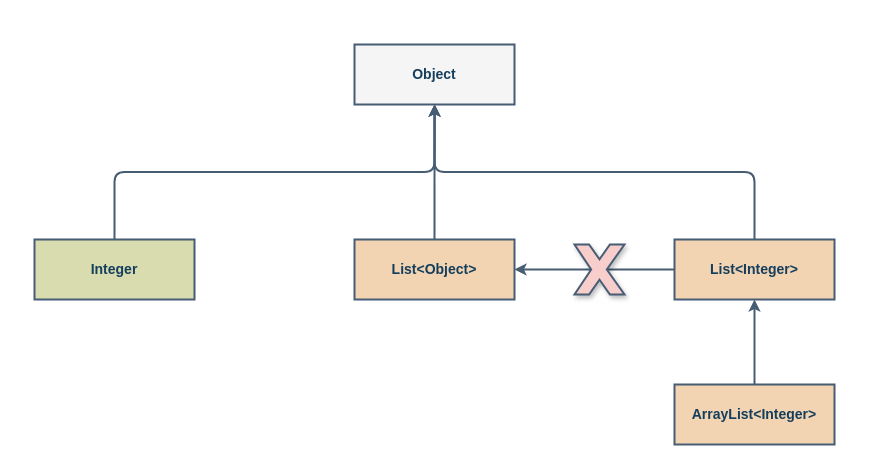
Earlier version of the draw.io diagram page "泛型继承" (2 of 3) of assets/Java/JavaCore/Java基础.drawio (dunwu/waterdrop). Source tidied: cells renumbered, new cells numbered last; positions are measured from the earlier drawing's top-left corner, leaving out a move shared by most shapes. Both pictures are drawn from the tidied source at 100%, with x=0, y=0 at pixel (34, 44).
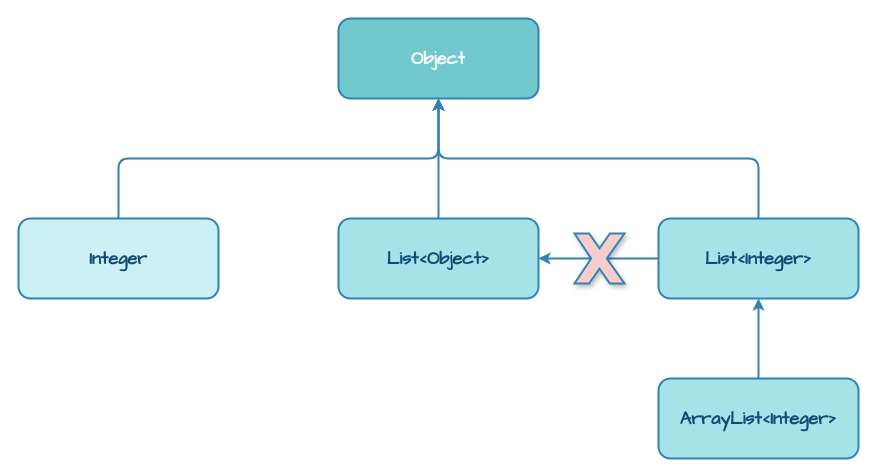
The same diagram, later.

Change to the diagram source:
```diff
@@
 <mxGraphModel>
   <root>
     <mxCell id="0" />
     <mxCell id="1" parent="0" />
-    <mxCell id="2" value="Object" style="rounded=0;whiteSpace=wrap;html=1;strokeColor=#475D74;align=center;verticalAlign=middle;fontFamily=Helvetica;fontSize=14;fillColor=#f5f5f5;fontColor=#153E5D;fontStyle=1;strokeWidth=2;" parent="1" vertex="1">
-      <mxGeometry x="320" width="160" height="60" as="geometry" />
+    <mxCell id="2" value="Object" style="rounded=1;whiteSpace=wrap;html=1;strokeColor=#3282B8;align=center;verticalAlign=middle;fontFamily=Comic Sans MS;fontSize=18;fillColor=#71C9CE;fontColor=#FFFFFF;fontStyle=1;strokeWidth=2;" parent="1" vertex="1">
+      <mxGeometry x="304" y="-26" width="200" height="80" as="geometry" />
     </mxCell>
-    <mxCell id="3" style="edgeStyle=orthogonalEdgeStyle;rounded=1;jettySize=auto;html=1;exitX=0.5;exitY=0;exitDx=0;exitDy=0;fontFamily=Helvetica;fontSize=14;fontColor=#153E5D;strokeWidth=2;fontStyle=1;strokeColor=#475D74;" parent="1" edge="1" source="4">
-      <mxGeometry relative="1" as="geometry">
-        <mxPoint x="400.3" y="60" as="targetPoint" />
-      </mxGeometry>
+    <mxCell id="3" style="edgeStyle=orthogonalEdgeStyle;rounded=1;jettySize=auto;html=1;exitX=0.5;exitY=0;exitDx=0;exitDy=0;fontFamily=Comic Sans MS;fontSize=18;fontColor=#0F4C75;strokeWidth=2;fontStyle=1;strokeColor=#3282B8;entryX=0.5;entryY=1;entryDx=0;entryDy=0;" parent="1" edge="1" source="4" target="2">
+      <mxGeometry relative="1" as="geometry" />
     </mxCell>
-    <mxCell id="4" value="List&amp;lt;Object&amp;gt;" style="rounded=0;whiteSpace=wrap;html=1;strokeColor=#475D74;align=center;verticalAlign=middle;fontFamily=Helvetica;fontSize=14;fillColor=#F3D4B2;fontStyle=1;fontColor=#153E5D;strokeWidth=2;" parent="1" vertex="1">
-      <mxGeometry x="320" y="195" width="160" height="60" as="geometry" />
+    <mxCell id="4" value="List&amp;lt;Object&amp;gt;" style="rounded=1;whiteSpace=wrap;html=1;strokeColor=#3282B8;align=center;verticalAlign=middle;fontFamily=Comic Sans MS;fontSize=18;fillColor=#A6E3E9;fontStyle=1;fontColor=#0F4C75;strokeWidth=2;" parent="1" vertex="1">
+      <mxGeometry x="304" y="174" width="200" height="80" as="geometry" />
     </mxCell>
-    <mxCell id="5" style="edgeStyle=orthogonalEdgeStyle;rounded=1;jettySize=auto;html=1;exitX=0.5;exitY=0;exitDx=0;exitDy=0;fontFamily=Helvetica;fontSize=14;fontColor=#153E5D;strokeWidth=2;fontStyle=1;strokeColor=#475D74;" parent="1" edge="1" source="7" target="2">
+    <mxCell id="5" style="edgeStyle=orthogonalEdgeStyle;rounded=1;jettySize=auto;html=1;exitX=0.5;exitY=0;exitDx=0;exitDy=0;fontFamily=Comic Sans MS;fontSize=18;fontColor=#0F4C75;strokeWidth=2;fontStyle=1;strokeColor=#3282B8;entryX=0.5;entryY=1;entryDx=0;entryDy=0;" parent="1" edge="1" source="7" target="2">
       <mxGeometry relative="1" as="geometry" />
     </mxCell>
-    <mxCell id="6" style="edgeStyle=orthogonalEdgeStyle;rounded=1;jettySize=auto;html=1;exitX=0;exitY=0.5;exitDx=0;exitDy=0;entryX=1;entryY=0.5;entryDx=0;entryDy=0;fontFamily=Helvetica;fontSize=14;fontColor=#153E5D;strokeWidth=2;fontStyle=1;strokeColor=#475D74;" parent="1" edge="1" source="7" target="4">
+    <mxCell id="6" style="edgeStyle=orthogonalEdgeStyle;rounded=1;jettySize=auto;html=1;exitX=0;exitY=0.5;exitDx=0;exitDy=0;entryX=1;entryY=0.5;entryDx=0;entryDy=0;fontFamily=Comic Sans MS;fontSize=18;fontColor=#0F4C75;strokeWidth=2;fontStyle=1;strokeColor=#3282B8;" parent="1" edge="1" source="7" target="4">
       <mxGeometry relative="1" as="geometry" />
     </mxCell>
-    <mxCell id="7" value="List&amp;lt;Integer&amp;gt;" style="rounded=0;whiteSpace=wrap;html=1;strokeColor=#475D74;align=center;verticalAlign=middle;fontFamily=Helvetica;fontSize=14;fillColor=#F3D4B2;fontStyle=1;fontColor=#153E5D;strokeWidth=2;" parent="1" vertex="1">
-      <mxGeometry x="640" y="195" width="160" height="60" as="geometry" />
+    <mxCell id="7" value="List&amp;lt;Integer&amp;gt;" style="rounded=1;whiteSpace=wrap;html=1;strokeColor=#3282B8;align=center;verticalAlign=middle;fontFamily=Comic Sans MS;fontSize=18;fillColor=#A6E3E9;fontStyle=1;fontColor=#0F4C75;strokeWidth=2;" parent="1" vertex="1">
+      <mxGeometry x="624" y="174" width="200" height="80" as="geometry" />
     </mxCell>
-    <mxCell id="8" style="edgeStyle=orthogonalEdgeStyle;rounded=1;jettySize=auto;html=1;exitX=0.5;exitY=0;exitDx=0;exitDy=0;entryX=0.5;entryY=1;entryDx=0;entryDy=0;fontFamily=Helvetica;fontSize=14;fontColor=#153E5D;strokeWidth=2;fontStyle=1;strokeColor=#475D74;" parent="1" edge="1" source="9" target="2">
+    <mxCell id="8" style="edgeStyle=orthogonalEdgeStyle;rounded=1;jettySize=auto;html=1;exitX=0.5;exitY=0;exitDx=0;exitDy=0;entryX=0.5;entryY=1;entryDx=0;entryDy=0;fontFamily=Comic Sans MS;fontSize=18;fontColor=#0F4C75;strokeWidth=2;fontStyle=1;strokeColor=#3282B8;" parent="1" edge="1" source="9" target="2">
       <mxGeometry relative="1" as="geometry" />
     </mxCell>
-    <mxCell id="9" value="Integer" style="rounded=0;whiteSpace=wrap;html=1;strokeColor=#475D74;align=center;verticalAlign=middle;fontFamily=Helvetica;fontSize=14;fillColor=#D8DCAF;fontStyle=1;fontColor=#153E5D;strokeWidth=2;" parent="1" vertex="1">
-      <mxGeometry y="195" width="160" height="60" as="geometry" />
+    <mxCell id="9" value="Integer" style="rounded=1;whiteSpace=wrap;html=1;strokeColor=#3282B8;align=center;verticalAlign=middle;fontFamily=Comic Sans MS;fontSize=18;fillColor=#CBF1F5;fontStyle=1;fontColor=#0F4C75;strokeWidth=2;" parent="1" vertex="1">
+      <mxGeometry x="-16" y="174" width="200" height="80" as="geometry" />
     </mxCell>
-    <mxCell id="10" style="edgeStyle=orthogonalEdgeStyle;rounded=0;jettySize=auto;html=1;fontFamily=Helvetica;fontSize=14;fontColor=#153E5D;fontStyle=1;strokeColor=#475D74;strokeWidth=2;" parent="1" edge="1" source="11" target="7">
+    <mxCell id="10" style="edgeStyle=orthogonalEdgeStyle;rounded=0;jettySize=auto;html=1;fontFamily=Comic Sans MS;fontSize=18;fontColor=#0F4C75;fontStyle=1;strokeColor=#3282B8;strokeWidth=2;" parent="1" edge="1" source="11" target="7">
       <mxGeometry relative="1" as="geometry" />
     </mxCell>
-    <mxCell id="11" value="ArrayList&amp;lt;Integer&amp;gt;" style="rounded=0;whiteSpace=wrap;html=1;strokeColor=#475D74;align=center;verticalAlign=middle;fontFamily=Helvetica;fontSize=14;fillColor=#F3D4B2;fontStyle=1;fontColor=#153E5D;strokeWidth=2;" parent="1" vertex="1">
-      <mxGeometry x="640" y="340" width="160" height="60" as="geometry" />
+    <mxCell id="11" value="ArrayList&amp;lt;Integer&amp;gt;" style="rounded=1;whiteSpace=wrap;html=1;strokeColor=#3282B8;align=center;verticalAlign=middle;fontFamily=Comic Sans MS;fontSize=18;fillColor=#A6E3E9;fontStyle=1;fontColor=#0F4C75;strokeWidth=2;" parent="1" vertex="1">
+      <mxGeometry x="624" y="334" width="200" height="80" as="geometry" />
     </mxCell>
-    <mxCell id="12" style="verticalLabelPosition=bottom;verticalAlign=top;html=1;shape=mxgraph.basic.x;rounded=1;strokeColor=#475D74;align=center;fontFamily=Helvetica;fontSize=14;fillColor=#f8cecc;shadow=1;fontStyle=1;fontColor=#153E5D;strokeWidth=2;" parent="1" vertex="1">
-      <mxGeometry x="540" y="200" width="50" height="50" as="geometry" />
+    <mxCell id="12" style="verticalLabelPosition=bottom;verticalAlign=top;html=1;shape=mxgraph.basic.x;rounded=1;strokeColor=#3282B8;align=center;fontFamily=Comic Sans MS;fontSize=18;fillColor=#f8cecc;shadow=1;fontStyle=1;fontColor=#0F4C75;strokeWidth=2;" parent="1" vertex="1">
+      <mxGeometry x="540" y="189" width="50" height="50" as="geometry" />
     </mxCell>
   </root>
 </mxGraphModel>
```
